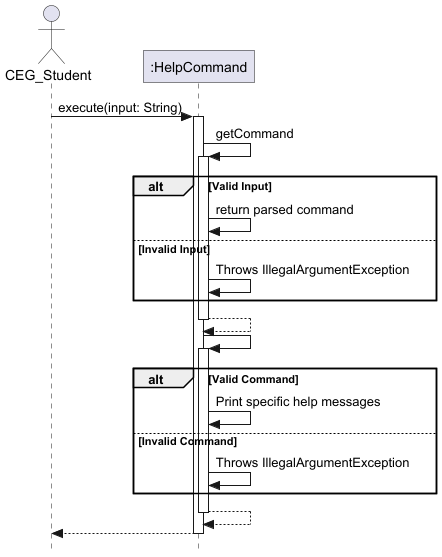
Before: docs/images/HelpCommand.png, a diagram exported from PlantUML (nus-cs2113-AY2425S1/tp).
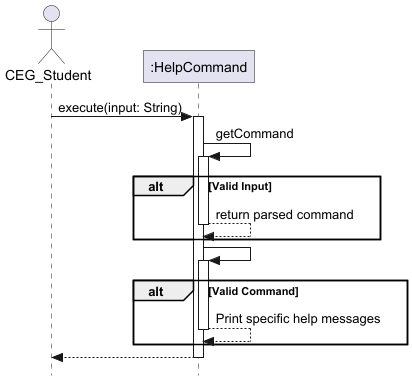
Later version of the same file.

Commit message:
Delete exceptions for HelpCommand sequence diagram

The edit, as a diff of the source:
```diff
@@ -14,20 +14,15 @@
 HelpCommand -> HelpCommand : getCommand
 activate HelpCommand
 alt Valid Input
-    HelpCommand -> HelpCommand : return parsed command
-    else Invalid Input
-        HelpCommand -> HelpCommand : Throws IllegalArgumentException
+    return return parsed command
 end
-return
+
 
 HelpCommand -> HelpCommand
 activate HelpCommand
 alt Valid Command
-    HelpCommand -> HelpCommand : Print specific help messages
-    else Invalid Command
-        HelpCommand -> HelpCommand : Throws IllegalArgumentException
+    return Print specific help messages
 end
-return
 
 HelpCommand --> CEG_Student
 deactivate HelpCommand
```
